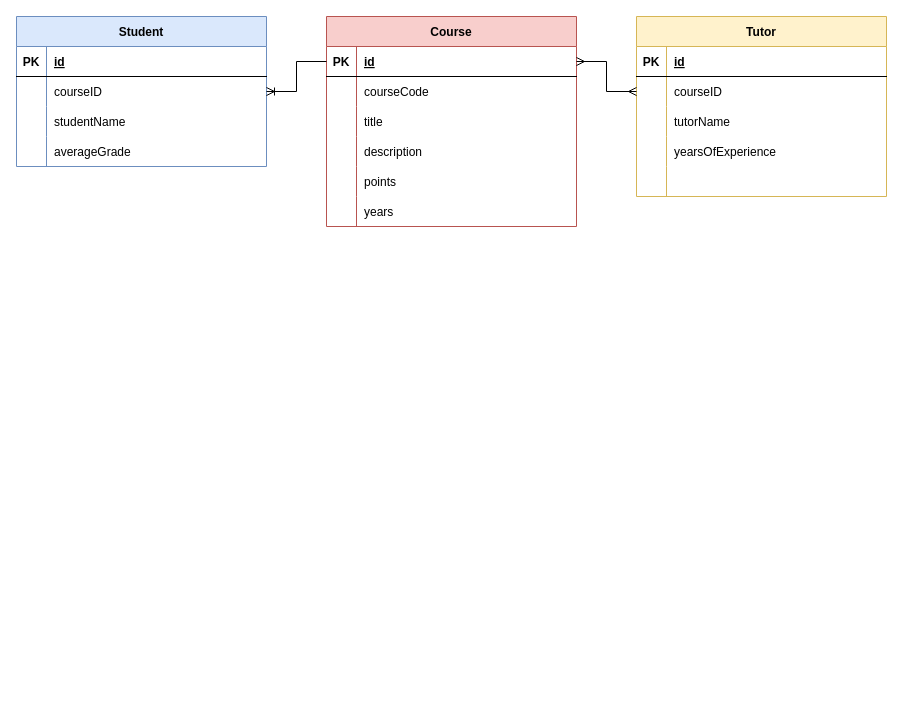
Above: coursediagram.drawio in N00240258/Y2AdvancedWebDev (draw.io), before the change. Source tidied: cells renumbered, new cells numbered last; positions are measured from the earlier drawing's top-left corner, leaving out a move shared by most shapes. Both pictures are drawn from the tidied source at 100%, with x=0, y=0 at pixel (16, 16).
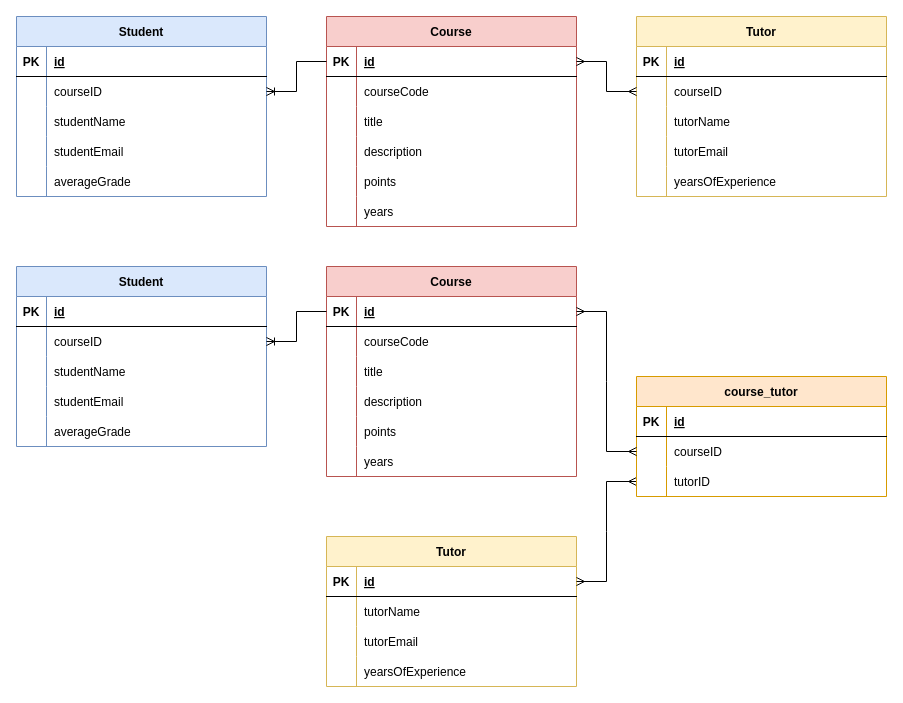
Above is the later version.

Commit message:
Updated course diagram with pivot table

The change refers to these unchanged cells:
```xml
<mxCell id="21" value="Tutor" style="shape=table;startSize=30;childLayout=tableLayout;rowLines=0;fontStyle=1;align=center;fillColor=#fff2cc;strokeColor=#d6b656;" parent="1" vertex="1">
  <mxGeometry x="620" width="250" height="180" as="geometry" />
</mxCell>
```

Change to the diagram source:
```diff
@@
+    <mxCell id="52" style="shape=partialRectangle;fillColor=none;top=0;left=0;right=0;bottom=0;" parent="21" vertex="1">
+      <mxGeometry y="120" width="250" height="30" as="geometry" />
+    </mxCell>
+    <mxCell id="53" style="shape=partialRectangle;overflow=hidden;fillColor=none;top=0;left=0;bottom=0;right=0;" parent="52" vertex="1">
+      <mxGeometry width="30" height="30" as="geometry" />
+    </mxCell>
+    <mxCell id="54" value="tutorEmail" style="shape=partialRectangle;overflow=hidden;fillColor=none;top=0;left=0;bottom=0;right=0;align=left;spacingLeft=6;" parent="52" vertex="1">
+      <mxGeometry x="30" width="220" height="30" as="geometry" />
+    </mxCell>
     <mxCell id="31" style="shape=partialRectangle;fillColor=none;top=0;left=0;right=0;bottom=0;" parent="21" vertex="1">
-      <mxGeometry y="120" width="250" height="30" as="geometry" />
+      <mxGeometry y="150" width="250" height="30" as="geometry" />
     </mxCell>
@@
-    <mxCell id="34" style="shape=partialRectangle;fillColor=none;top=0;left=0;right=0;bottom=0;" parent="21" vertex="1">
-      <mxGeometry y="150" width="250" height="30" as="geometry" />
-    </mxCell>
-    <mxCell id="35" style="shape=partialRectangle;overflow=hidden;fillColor=none;top=0;left=0;bottom=0;right=0;" parent="34" vertex="1">
-      <mxGeometry width="30" height="30" as="geometry" />
-    </mxCell>
-    <mxCell id="36" style="shape=partialRectangle;overflow=hidden;fillColor=none;top=0;left=0;bottom=0;right=0;align=left;spacingLeft=6;" parent="34" vertex="1">
-      <mxGeometry x="30" width="220" height="30" as="geometry" />
-    </mxCell>
     <mxCell id="37" value="Student" style="shape=table;startSize=30;childLayout=tableLayout;rowLines=0;fontStyle=1;align=center;fillColor=#dae8fc;strokeColor=#6c8ebf;" parent="1" vertex="1">
-      <mxGeometry width="250" height="150" as="geometry" />
+      <mxGeometry width="250" height="180" as="geometry" />
     </mxCell>
@@
+    <mxCell id="55" style="shape=partialRectangle;fillColor=none;top=0;left=0;right=0;bottom=0;" parent="37" vertex="1">
+      <mxGeometry y="90" width="250" height="30" as="geometry" />
+    </mxCell>
+    <mxCell id="56" style="shape=partialRectangle;overflow=hidden;fillColor=none;top=0;left=0;bottom=0;right=0;" parent="55" vertex="1">
+      <mxGeometry width="30" height="30" as="geometry" />
+    </mxCell>
+    <mxCell id="57" value="studentName" style="shape=partialRectangle;overflow=hidden;fillColor=none;top=0;left=0;bottom=0;right=0;align=left;spacingLeft=6;" parent="55" vertex="1">
+      <mxGeometry x="30" width="220" height="30" as="geometry" />
+    </mxCell>
     <mxCell id="44" style="shape=partialRectangle;fillColor=none;top=0;left=0;right=0;bottom=0;" parent="37" vertex="1">
-      <mxGeometry y="90" width="250" height="30" as="geometry" />
+      <mxGeometry y="120" width="250" height="30" as="geometry" />
     </mxCell>
@@
-    <mxCell id="46" value="studentName" style="shape=partialRectangle;overflow=hidden;fillColor=none;top=0;left=0;bottom=0;right=0;align=left;spacingLeft=6;" parent="44" vertex="1">
+    <mxCell id="46" value="studentEmail" style="shape=partialRectangle;overflow=hidden;fillColor=none;top=0;left=0;bottom=0;right=0;align=left;spacingLeft=6;" parent="44" vertex="1">
       <mxGeometry x="30" width="220" height="30" as="geometry" />
     </mxCell>
     <mxCell id="47" style="shape=partialRectangle;fillColor=none;top=0;left=0;right=0;bottom=0;" parent="37" vertex="1">
-      <mxGeometry y="120" width="250" height="30" as="geometry" />
+      <mxGeometry y="150" width="250" height="30" as="geometry" />
     </mxCell>
@@
+    <mxCell id="58" value="Course" style="shape=table;startSize=30;childLayout=tableLayout;rowLines=0;fontStyle=1;align=center;fillColor=#f8cecc;strokeColor=#b85450;" parent="1" vertex="1">
+      <mxGeometry x="310" y="250" width="250" height="210" as="geometry" />
+    </mxCell>
+    <mxCell id="59" style="shape=partialRectangle;fillColor=none;points=[[0,0.5],[1,0.5]];portConstraint=eastwest;top=0;left=0;right=0;bottom=1;" parent="58" vertex="1">
+      <mxGeometry y="30" width="250" height="30" as="geometry" />
+    </mxCell>
+    <mxCell id="60" value="PK" style="shape=partialRectangle;overflow=hidden;fillColor=none;top=0;left=0;bottom=0;right=0;fontStyle=1;" parent="59" vertex="1">
+      <mxGeometry width="30" height="30" as="geometry" />
+    </mxCell>
+    <mxCell id="61" value="id" style="shape=partialRectangle;overflow=hidden;fillColor=none;top=0;left=0;bottom=0;right=0;align=left;spacingLeft=6;fontStyle=5;" parent="59" vertex="1">
+      <mxGeometry x="30" width="220" height="30" as="geometry" />
+    </mxCell>
+    <mxCell id="62" style="shape=partialRectangle;fillColor=none;top=0;left=0;right=0;bottom=0;" parent="58" vertex="1">
+      <mxGeometry y="60" width="250" height="30" as="geometry" />
+    </mxCell>
+    <mxCell id="63" style="shape=partialRectangle;overflow=hidden;fillColor=none;top=0;left=0;bottom=0;right=0;" parent="62" vertex="1">
+      <mxGeometry width="30" height="30" as="geometry" />
+    </mxCell>
+    <mxCell id="64" value="courseCode" style="shape=partialRectangle;overflow=hidden;fillColor=none;top=0;left=0;bottom=0;right=0;align=left;spacingLeft=6;" parent="62" vertex="1">
+      <mxGeometry x="30" width="220" height="30" as="geometry" />
+    </mxCell>
+    <mxCell id="65" style="shape=partialRectangle;fillColor=none;top=0;left=0;right=0;bottom=0;" parent="58" vertex="1">
+      <mxGeometry y="90" width="250" height="30" as="geometry" />
+    </mxCell>
+    <mxCell id="66" style="shape=partialRectangle;overflow=hidden;fillColor=none;top=0;left=0;bottom=0;right=0;" parent="65" vertex="1">
+      <mxGeometry width="30" height="30" as="geometry" />
+    </mxCell>
+    <mxCell id="67" value="title" style="shape=partialRectangle;overflow=hidden;fillColor=none;top=0;left=0;bottom=0;right=0;align=left;spacingLeft=6;" parent="65" vertex="1">
+      <mxGeometry x="30" width="220" height="30" as="geometry" />
+    </mxCell>
+    <mxCell id="68" style="shape=partialRectangle;fillColor=none;top=0;left=0;right=0;bottom=0;" parent="58" vertex="1">
+      <mxGeometry y="120" width="250" height="30" as="geometry" />
+    </mxCell>
+    <mxCell id="69" style="shape=partialRectangle;overflow=hidden;fillColor=none;top=0;left=0;bottom=0;right=0;" parent="68" vertex="1">
+      <mxGeometry width="30" height="30" as="geometry" />
+    </mxCell>
+    <mxCell id="70" value="description" style="shape=partialRectangle;overflow=hidden;fillColor=none;top=0;left=0;bottom=0;right=0;align=left;spacingLeft=6;" parent="68" vertex="1">
+      <mxGeometry x="30" width="220" height="30" as="geometry" />
+    </mxCell>
+    <mxCell id="71" style="shape=partialRectangle;fillColor=none;top=0;left=0;right=0;bottom=0;" parent="58" vertex="1">
+      <mxGeometry y="150" width="250" height="30" as="geometry" />
+    </mxCell>
+    <mxCell id="72" style="shape=partialRectangle;overflow=hidden;fillColor=none;top=0;left=0;bottom=0;right=0;" parent="71" vertex="1">
+      <mxGeometry width="30" height="30" as="geometry" />
+    </mxCell>
+    <mxCell id="73" value="points" style="shape=partialRectangle;overflow=hidden;fillColor=none;top=0;left=0;bottom=0;right=0;align=left;spacingLeft=6;" parent="71" vertex="1">
+      <mxGeometry x="30" width="220" height="30" as="geometry" />
+    </mxCell>
+    <mxCell id="74" style="shape=partialRectangle;fillColor=none;top=0;left=0;right=0;bottom=0;" parent="58" vertex="1">
+      <mxGeometry y="180" width="250" height="30" as="geometry" />
+    </mxCell>
+    <mxCell id="75" style="shape=partialRectangle;overflow=hidden;fillColor=none;top=0;left=0;bottom=0;right=0;" parent="74" vertex="1">
+      <mxGeometry width="30" height="30" as="geometry" />
+    </mxCell>
+    <mxCell id="76" value="years" style="shape=partialRectangle;overflow=hidden;fillColor=none;top=0;left=0;bottom=0;right=0;align=left;spacingLeft=6;" parent="74" vertex="1">
+      <mxGeometry x="30" width="220" height="30" as="geometry" />
+    </mxCell>
+    <mxCell id="77" value="Tutor" style="shape=table;startSize=30;childLayout=tableLayout;rowLines=0;fontStyle=1;align=center;fillColor=#fff2cc;strokeColor=#d6b656;" parent="1" vertex="1">
+      <mxGeometry x="310" y="520" width="250" height="150" as="geometry" />
+    </mxCell>
+    <mxCell id="78" style="shape=partialRectangle;fillColor=none;points=[[0,0.5],[1,0.5]];portConstraint=eastwest;top=0;left=0;right=0;bottom=1;" parent="77" vertex="1">
+      <mxGeometry y="30" width="250" height="30" as="geometry" />
+    </mxCell>
+    <mxCell id="79" value="PK" style="shape=partialRectangle;overflow=hidden;fillColor=none;top=0;left=0;bottom=0;right=0;fontStyle=1;" parent="78" vertex="1">
+      <mxGeometry width="30" height="30" as="geometry" />
+    </mxCell>
+    <mxCell id="80" value="id" style="shape=partialRectangle;overflow=hidden;fillColor=none;top=0;left=0;bottom=0;right=0;align=left;spacingLeft=6;fontStyle=5;" parent="78" vertex="1">
+      <mxGeometry x="30" width="220" height="30" as="geometry" />
+    </mxCell>
+    <mxCell id="81" style="shape=partialRectangle;fillColor=none;top=0;left=0;right=0;bottom=0;" parent="77" vertex="1">
+      <mxGeometry y="60" width="250" height="30" as="geometry" />
+    </mxCell>
+    <mxCell id="82" style="shape=partialRectangle;overflow=hidden;fillColor=none;top=0;left=0;bottom=0;right=0;" parent="81" vertex="1">
+      <mxGeometry width="30" height="30" as="geometry" />
+    </mxCell>
+    <mxCell id="83" value="tutorName" style="shape=partialRectangle;overflow=hidden;fillColor=none;top=0;left=0;bottom=0;right=0;align=left;spacingLeft=6;" parent="81" vertex="1">
+      <mxGeometry x="30" width="220" height="30" as="geometry" />
+    </mxCell>
+    <mxCell id="84" style="shape=partialRectangle;fillColor=none;top=0;left=0;right=0;bottom=0;" parent="77" vertex="1">
+      <mxGeometry y="90" width="250" height="30" as="geometry" />
+    </mxCell>
+    <mxCell id="85" style="shape=partialRectangle;overflow=hidden;fillColor=none;top=0;left=0;bottom=0;right=0;" parent="84" vertex="1">
+      <mxGeometry width="30" height="30" as="geometry" />
+    </mxCell>
+    <mxCell id="86" value="tutorEmail" style="shape=partialRectangle;overflow=hidden;fillColor=none;top=0;left=0;bottom=0;right=0;align=left;spacingLeft=6;" parent="84" vertex="1">
+      <mxGeometry x="30" width="220" height="30" as="geometry" />
+    </mxCell>
+    <mxCell id="87" style="shape=partialRectangle;fillColor=none;top=0;left=0;right=0;bottom=0;" parent="77" vertex="1">
+      <mxGeometry y="120" width="250" height="30" as="geometry" />
+    </mxCell>
+    <mxCell id="88" style="shape=partialRectangle;overflow=hidden;fillColor=none;top=0;left=0;bottom=0;right=0;" parent="87" vertex="1">
+      <mxGeometry width="30" height="30" as="geometry" />
+    </mxCell>
+    <mxCell id="89" value="yearsOfExperience" style="shape=partialRectangle;overflow=hidden;fillColor=none;top=0;left=0;bottom=0;right=0;align=left;spacingLeft=6;" parent="87" vertex="1">
+      <mxGeometry x="30" width="220" height="30" as="geometry" />
+    </mxCell>
+    <mxCell id="90" value="Student" style="shape=table;startSize=30;childLayout=tableLayout;rowLines=0;fontStyle=1;align=center;fillColor=#dae8fc;strokeColor=#6c8ebf;" parent="1" vertex="1">
+      <mxGeometry y="250" width="250" height="180" as="geometry" />
+    </mxCell>
+    <mxCell id="91" style="shape=partialRectangle;fillColor=none;top=0;left=0;right=0;bottom=1;" parent="90" vertex="1">
+      <mxGeometry y="30" width="250" height="30" as="geometry" />
+    </mxCell>
+    <mxCell id="92" value="PK" style="shape=partialRectangle;overflow=hidden;fillColor=none;top=0;left=0;bottom=0;right=0;fontStyle=1;" parent="91" vertex="1">
+      <mxGeometry width="30" height="30" as="geometry" />
+    </mxCell>
+    <mxCell id="93" value="id" style="shape=partialRectangle;overflow=hidden;fillColor=none;top=0;left=0;bottom=0;right=0;align=left;spacingLeft=6;fontStyle=5;" parent="91" vertex="1">
+      <mxGeometry x="30" width="220" height="30" as="geometry" />
+    </mxCell>
+    <mxCell id="94" style="shape=partialRectangle;fillColor=none;points=[[0,0.5],[1,0.5]];portConstraint=eastwest;top=0;left=0;right=0;bottom=0;" parent="90" vertex="1">
+      <mxGeometry y="60" width="250" height="30" as="geometry" />
+    </mxCell>
+    <mxCell id="95" style="shape=partialRectangle;overflow=hidden;fillColor=none;top=0;left=0;bottom=0;right=0;" parent="94" vertex="1">
+      <mxGeometry width="30" height="30" as="geometry" />
+    </mxCell>
+    <mxCell id="96" value="courseID" style="shape=partialRectangle;overflow=hidden;fillColor=none;top=0;left=0;bottom=0;right=0;align=left;spacingLeft=6;" parent="94" vertex="1">
+      <mxGeometry x="30" width="220" height="30" as="geometry" />
+    </mxCell>
+    <mxCell id="97" style="shape=partialRectangle;fillColor=none;top=0;left=0;right=0;bottom=0;" parent="90" vertex="1">
+      <mxGeometry y="90" width="250" height="30" as="geometry" />
+    </mxCell>
+    <mxCell id="98" style="shape=partialRectangle;overflow=hidden;fillColor=none;top=0;left=0;bottom=0;right=0;" parent="97" vertex="1">
+      <mxGeometry width="30" height="30" as="geometry" />
+    </mxCell>
+    <mxCell id="99" value="studentName" style="shape=partialRectangle;overflow=hidden;fillColor=none;top=0;left=0;bottom=0;right=0;align=left;spacingLeft=6;" parent="97" vertex="1">
+      <mxGeometry x="30" width="220" height="30" as="geometry" />
+    </mxCell>
+    <mxCell id="100" style="shape=partialRectangle;fillColor=none;top=0;left=0;right=0;bottom=0;" parent="90" vertex="1">
+      <mxGeometry y="120" width="250" height="30" as="geometry" />
+    </mxCell>
+    <mxCell id="101" style="shape=partialRectangle;overflow=hidden;fillColor=none;top=0;left=0;bottom=0;right=0;" parent="100" vertex="1">
+      <mxGeometry width="30" height="30" as="geometry" />
+    </mxCell>
+    <mxCell id="102" value="studentEmail" style="shape=partialRectangle;overflow=hidden;fillColor=none;top=0;left=0;bottom=0;right=0;align=left;spacingLeft=6;" parent="100" vertex="1">
+      <mxGeometry x="30" width="220" height="30" as="geometry" />
+    </mxCell>
+    <mxCell id="103" style="shape=partialRectangle;fillColor=none;top=0;left=0;right=0;bottom=0;" parent="90" vertex="1">
+      <mxGeometry y="150" width="250" height="30" as="geometry" />
+    </mxCell>
+    <mxCell id="104" style="shape=partialRectangle;overflow=hidden;fillColor=none;top=0;left=0;bottom=0;right=0;" parent="103" vertex="1">
+      <mxGeometry width="30" height="30" as="geometry" />
+    </mxCell>
+    <mxCell id="105" value="averageGrade" style="shape=partialRectangle;overflow=hidden;fillColor=none;top=0;left=0;bottom=0;right=0;align=left;spacingLeft=6;" parent="103" vertex="1">
+      <mxGeometry x="30" width="220" height="30" as="geometry" />
+    </mxCell>
+    <mxCell id="106" style="edgeStyle=entityRelationEdgeStyle;fontSize=12;html=1;endArrow=ERmany;startArrow=ERmany;rounded=0;" parent="1" edge="1" source="78" target="115">
+      <mxGeometry relative="1" as="geometry">
+        <Array as="points">
+          <mxPoint x="600" y="320" />
+        </Array>
+      </mxGeometry>
+    </mxCell>
+    <mxCell id="107" style="edgeStyle=entityRelationEdgeStyle;fontSize=12;html=1;endArrow=ERoneToMany;rounded=0;" parent="1" edge="1" source="59" target="94">
+      <mxGeometry relative="1" as="geometry" />
+    </mxCell>
+    <mxCell id="108" value="course_tutor" style="shape=table;startSize=30;childLayout=tableLayout;rowLines=0;fontStyle=1;align=center;fillColor=#ffe6cc;strokeColor=#d79b00;" parent="1" vertex="1">
+      <mxGeometry x="620" y="360" width="250" height="120" as="geometry" />
+    </mxCell>
+    <mxCell id="109" style="shape=partialRectangle;fillColor=none;top=0;left=0;right=0;bottom=1;" parent="108" vertex="1">
+      <mxGeometry y="30" width="250" height="30" as="geometry" />
+    </mxCell>
+    <mxCell id="110" value="PK" style="shape=partialRectangle;overflow=hidden;fillColor=none;top=0;left=0;bottom=0;right=0;fontStyle=1;" parent="109" vertex="1">
+      <mxGeometry width="30" height="30" as="geometry" />
+    </mxCell>
+    <mxCell id="111" value="id" style="shape=partialRectangle;overflow=hidden;fillColor=none;top=0;left=0;bottom=0;right=0;align=left;spacingLeft=6;fontStyle=5;" parent="109" vertex="1">
+      <mxGeometry x="30" width="220" height="30" as="geometry" />
+    </mxCell>
+    <mxCell id="112" style="shape=partialRectangle;fillColor=none;points=[[0,0.5],[1,0.5]];portConstraint=eastwest;top=0;left=0;right=0;bottom=0;" parent="108" vertex="1">
+      <mxGeometry y="60" width="250" height="30" as="geometry" />
+    </mxCell>
+    <mxCell id="113" style="shape=partialRectangle;overflow=hidden;fillColor=none;top=0;left=0;bottom=0;right=0;" parent="112" vertex="1">
+      <mxGeometry width="30" height="30" as="geometry" />
+    </mxCell>
+    <mxCell id="114" value="courseID" style="shape=partialRectangle;overflow=hidden;fillColor=none;top=0;left=0;bottom=0;right=0;align=left;spacingLeft=6;" parent="112" vertex="1">
+      <mxGeometry x="30" width="220" height="30" as="geometry" />
+    </mxCell>
+    <mxCell id="115" style="shape=partialRectangle;fillColor=none;points=[[0,0.5],[1,0.5]];portConstraint=eastwest;top=0;left=0;right=0;bottom=0;" parent="108" vertex="1">
+      <mxGeometry y="90" width="250" height="30" as="geometry" />
+    </mxCell>
+    <mxCell id="116" style="shape=partialRectangle;overflow=hidden;fillColor=none;top=0;left=0;bottom=0;right=0;" parent="115" vertex="1">
+      <mxGeometry width="30" height="30" as="geometry" />
+    </mxCell>
+    <mxCell id="117" value="tutorID" style="shape=partialRectangle;overflow=hidden;fillColor=none;top=0;left=0;bottom=0;right=0;align=left;spacingLeft=6;" parent="115" vertex="1">
+      <mxGeometry x="30" width="220" height="30" as="geometry" />
+    </mxCell>
+    <mxCell id="118" style="edgeStyle=entityRelationEdgeStyle;fontSize=12;html=1;endArrow=ERmany;startArrow=ERmany;rounded=0;" parent="1" edge="1" source="59" target="112">
+      <mxGeometry relative="1" as="geometry" />
+    </mxCell>
```
